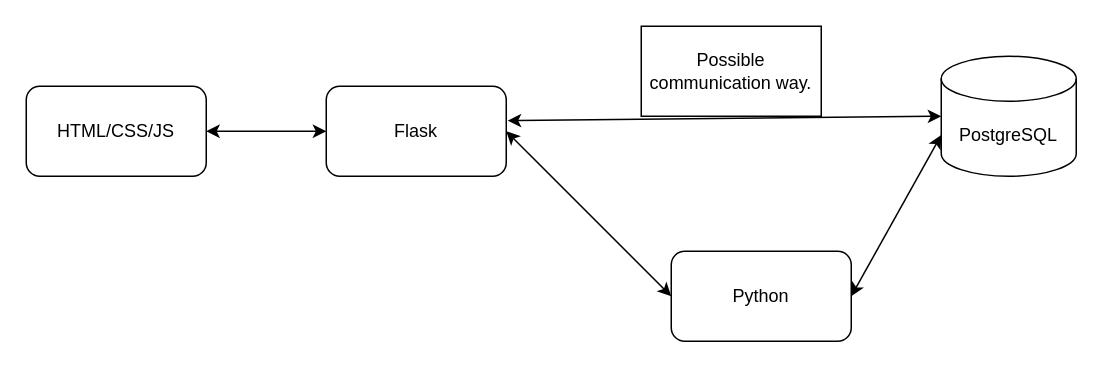
Earlier version of the draw.io diagram page "Software Design" (3 of 3) of LoPoDaAg Database.drawio (shaovatwit/politician). Source tidied: cells renumbered, new cells numbered last; positions are measured from the earlier drawing's top-left corner, leaving out a move shared by most shapes. Both pictures are drawn from the tidied source at 150%, with x=0, y=0 at pixel (26, 26).
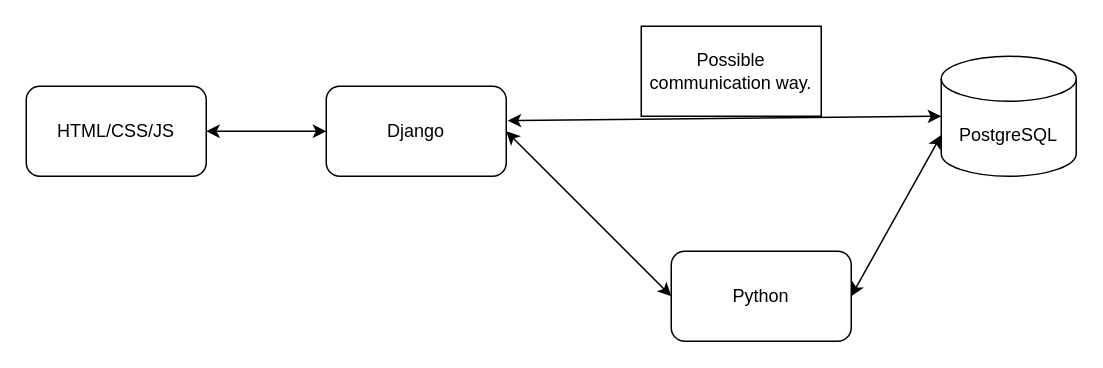
Above is the later version.

What changed in the source:
```diff
@@
 <mxGraphModel>
   <root>
     <mxCell id="0" />
     <mxCell id="1" parent="0" />
     <mxCell id="2" value="HTML/CSS/JS" style="rounded=1;whiteSpace=wrap;html=1;" parent="1" vertex="1">
       <mxGeometry y="40" width="120" height="60" as="geometry" />
     </mxCell>
     <mxCell id="3" value="PostgreSQL" style="shape=cylinder3;whiteSpace=wrap;html=1;boundedLbl=1;backgroundOutline=1;size=15;" parent="1" vertex="1">
       <mxGeometry x="610" y="20" width="90" height="80" as="geometry" />
     </mxCell>
     <mxCell id="4" value="Python" style="rounded=1;whiteSpace=wrap;html=1;" parent="1" vertex="1">
       <mxGeometry x="430" y="150" width="120" height="60" as="geometry" />
     </mxCell>
-    <mxCell id="5" value="Flask" style="rounded=1;whiteSpace=wrap;html=1;" parent="1" vertex="1">
+    <mxCell id="5" value="Django" style="rounded=1;whiteSpace=wrap;html=1;" parent="1" vertex="1">
       <mxGeometry x="200" y="40" width="120" height="60" as="geometry" />
     </mxCell>
     <mxCell id="6" style="endArrow=classic;startArrow=classic;html=1;rounded=0;exitX=1;exitY=0.5;exitDx=0;exitDy=0;entryX=0;entryY=0.5;entryDx=0;entryDy=0;" parent="1" edge="1" source="2" target="5">
       <mxGeometry relative="1" as="geometry" />
     </mxCell>
     <mxCell id="7" style="endArrow=classic;startArrow=classic;html=1;rounded=0;exitX=1;exitY=0.5;exitDx=0;exitDy=0;entryX=0;entryY=0.5;entryDx=0;entryDy=0;" parent="1" edge="1" source="5" target="4">
       <mxGeometry relative="1" as="geometry" />
     </mxCell>
     <mxCell id="8" style="endArrow=classic;startArrow=classic;html=1;rounded=0;exitX=1;exitY=0.5;exitDx=0;exitDy=0;entryX=0;entryY=0;entryDx=0;entryDy=52.5;entryPerimeter=0;" parent="1" edge="1" source="4" target="3">
       <mxGeometry relative="1" as="geometry" />
     </mxCell>
     <mxCell id="9" style="endArrow=classic;startArrow=classic;html=1;rounded=0;entryX=0;entryY=0.5;entryDx=0;entryDy=0;entryPerimeter=0;exitX=1.008;exitY=0.383;exitDx=0;exitDy=0;exitPerimeter=0;" parent="1" edge="1" source="5" target="3">
       <mxGeometry relative="1" as="geometry" />
     </mxCell>
     <mxCell id="10" value="Possible communication way." style="rounded=0;whiteSpace=wrap;html=1;" parent="1" vertex="1">
       <mxGeometry x="410" width="120" height="60" as="geometry" />
     </mxCell>
   </root>
 </mxGraphModel>
```
